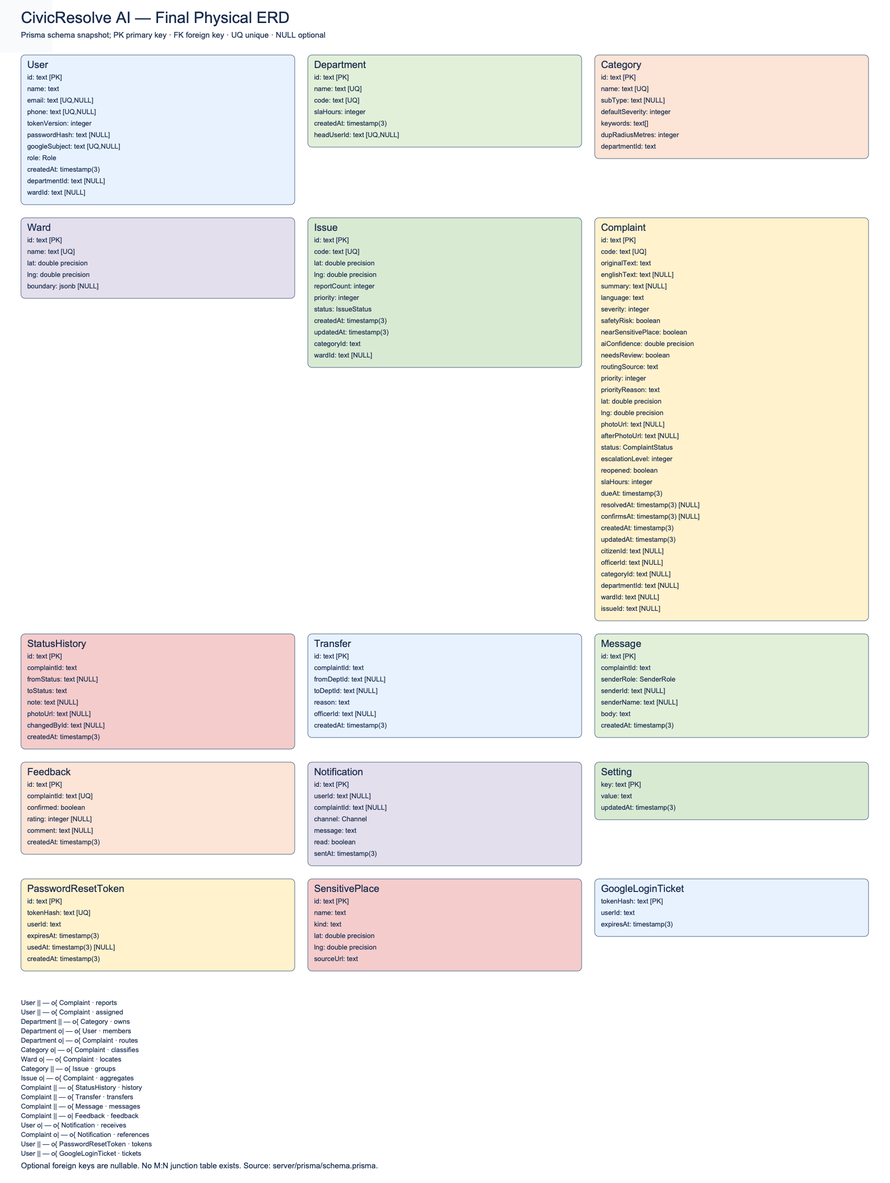
The Mermaid diagram DE/02-er-diagrams/final-physical-erd.png in joddcodes07/civicresolve-ai, before a commit. Its source is kept beside it as DE/02-er-diagrams/final-physical-erd.mmd.
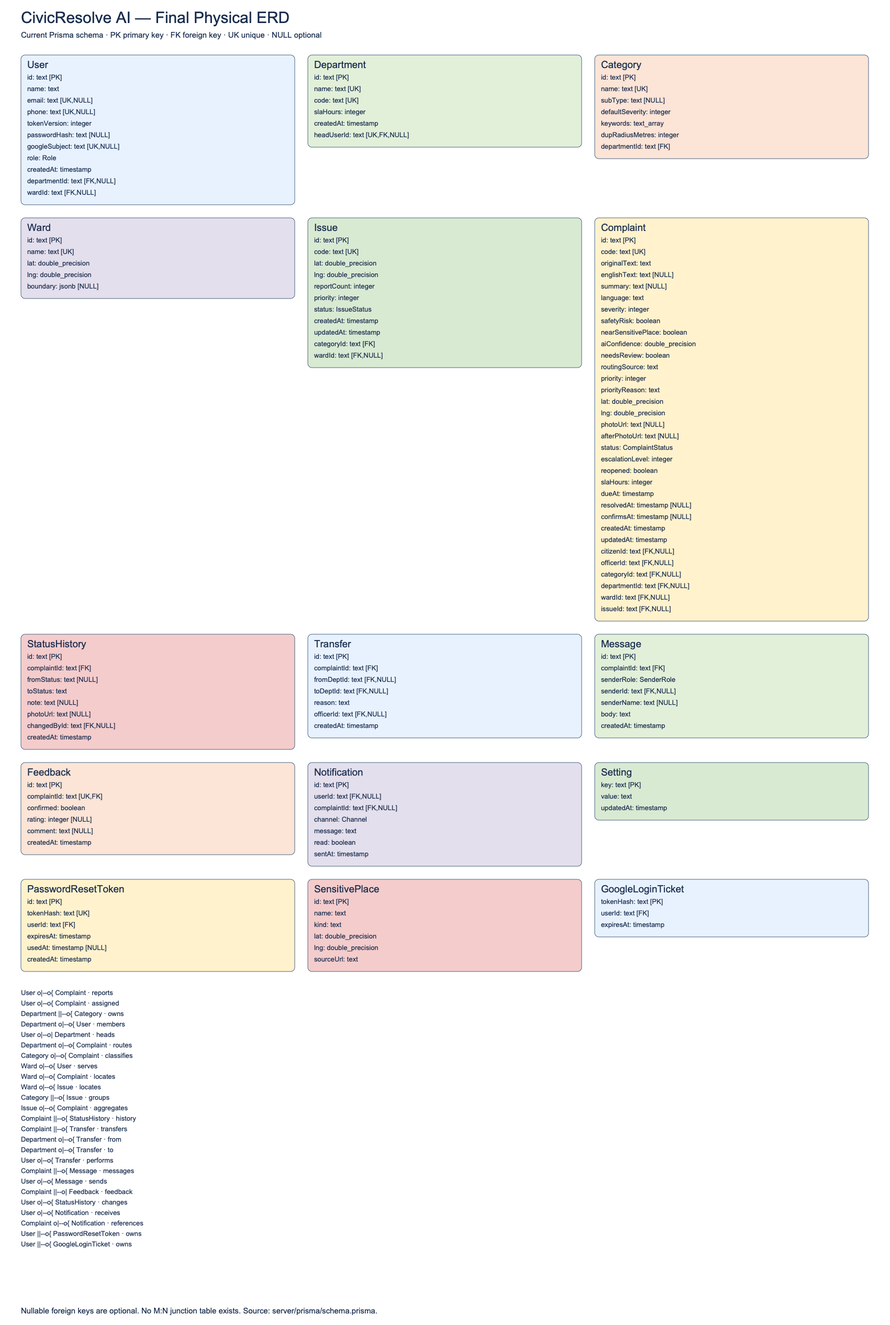
The same file after the commit.

What changed in the source:
```diff
@@ -2,56 +2,56 @@
   USER {
     text id PK
     text name
-    text email UQ NULL
-    text phone UQ NULL
+    text email UK NULL
+    text phone UK NULL
     integer tokenVersion
     text passwordHash NULL
-    text googleSubject UQ NULL
+    text googleSubject UK NULL
     Role role
-    timestamp(3) createdAt
-    text departmentId NULL
-    text wardId NULL
+    timestamp createdAt
+    text departmentId FK NULL
+    text wardId FK NULL
   }
   DEPARTMENT {
     text id PK
-    text name UQ
-    text code UQ
+    text name UK
+    text code UK
     integer slaHours
-    timestamp(3) createdAt
-    text headUserId UQ NULL
+    timestamp createdAt
+    text headUserId UK FK NULL
   }
   CATEGORY {
     text id PK
-    text name UQ
+    text name UK
     text subType NULL
     integer defaultSeverity
-    text[] keywords
+    text_array keywords
     integer dupRadiusMetres
-    text departmentId
+    text departmentId FK
   }
   WARD {
     text id PK
-    text name UQ
-    double precision lat
-    double precision lng
+    text name UK
+    double_precision lat
+    double_precision lng
     jsonb boundary NULL
   }
   ISSUE {
     text id PK
-    text code UQ
-    double precision lat
-    double precision lng
+    text code UK
+    double_precision lat
+    double_precision lng
     integer reportCount
     integer priority
     IssueStatus status
-    timestamp(3) createdAt
-    timestamp(3) updatedAt
-    text categoryId
-    text wardId NULL
+    timestamp createdAt
+    timestamp updatedAt
+    text categoryId FK
+    text wardId FK NULL
   }
   COMPLAINT {
     text id PK
-    text code UQ
+    text code UK
     text originalText
     text englishText NULL
     text summary NULL
@@ -59,116 +59,124 @@
     integer severity
     boolean safetyRisk
     boolean nearSensitivePlace
-    double precision aiConfidence
+    double_precision aiConfidence
     boolean needsReview
     text routingSource
     integer priority
     text priorityReason
-    double precision lat
-    double precision lng
+    double_precision lat
+    double_precision lng
     text photoUrl NULL
     text afterPhotoUrl NULL
     ComplaintStatus status
     integer escalationLevel
     boolean reopened
     integer slaHours
-    timestamp(3) dueAt
-    timestamp(3) resolvedAt NULL
-    timestamp(3) confirmsAt NULL
-    timestamp(3) createdAt
-    timestamp(3) updatedAt
-    text citizenId NULL
-    text officerId NULL
-    text categoryId NULL
-    text departmentId NULL
-    text wardId NULL
-    text issueId NULL
+    timestamp dueAt
+    timestamp resolvedAt NULL
+    timestamp confirmsAt NULL
+    timestamp createdAt
+    timestamp updatedAt
+    text citizenId FK NULL
+    text officerId FK NULL
+    text categoryId FK NULL
+    text departmentId FK NULL
+    text wardId FK NULL
+    text issueId FK NULL
   }
   STATUSHISTORY {
     text id PK
-    text complaintId
+    text complaintId FK
     text fromStatus NULL
     text toStatus
     text note NULL
     text photoUrl NULL
-    text changedById NULL
-    timestamp(3) createdAt
+    text changedById FK NULL
+    timestamp createdAt
   }
   TRANSFER {
     text id PK
-    text complaintId
-    text fromDeptId NULL
-    text toDeptId NULL
+    text complaintId FK
+    text fromDeptId FK NULL
+    text toDeptId FK NULL
     text reason
-    text officerId NULL
-    timestamp(3) createdAt
+    text officerId FK NULL
+    timestamp createdAt
   }
   MESSAGE {
     text id PK
-    text complaintId
+    text complaintId FK
     SenderRole senderRole
-    text senderId NULL
+    text senderId FK NULL
     text senderName NULL
     text body
-    timestamp(3) createdAt
+    timestamp createdAt
   }
   FEEDBACK {
     text id PK
-    text complaintId UQ
+    text complaintId UK FK
     boolean confirmed
     integer rating NULL
     text comment NULL
-    timestamp(3) createdAt
+    timestamp createdAt
   }
   NOTIFICATION {
     text id PK
-    text userId NULL
-    text complaintId NULL
+    text userId FK NULL
+    text complaintId FK NULL
     Channel channel
     text message
     boolean read
-    timestamp(3) sentAt
+    timestamp sentAt
   }
   SETTING {
     text key PK
     text value
-    timestamp(3) updatedAt
+    timestamp updatedAt
   }
   PASSWORDRESETTOKEN {
     text id PK
-    text tokenHash UQ
-    text userId
-    timestamp(3) expiresAt
-    timestamp(3) usedAt NULL
-    timestamp(3) createdAt
+    text tokenHash UK
+    text userId FK
+    timestamp expiresAt
+    timestamp usedAt NULL
+    timestamp createdAt
   }
   SENSITIVEPLACE {
     text id PK
     text name
     text kind
-    double precision lat
-    double precision lng
+    double_precision lat
+    double_precision lng
     text sourceUrl
   }
   GOOGLELOGINTICKET {
     text tokenHash PK
-    text userId
-    timestamp(3) expiresAt
+    text userId FK
+    timestamp expiresAt
   }
-  USER ||--o{ COMPLAINT : reports
-  USER ||--o{ COMPLAINT : assigned
+  USER o|--o{ COMPLAINT : reports
+  USER o|--o{ COMPLAINT : assigned
   DEPARTMENT ||--o{ CATEGORY : owns
   DEPARTMENT o|--o{ USER : members
+  USER o|--o| DEPARTMENT : heads
   DEPARTMENT o|--o{ COMPLAINT : routes
   CATEGORY o|--o{ COMPLAINT : classifies
+  WARD o|--o{ USER : serves
   WARD o|--o{ COMPLAINT : locates
+  WARD o|--o{ ISSUE : locates
   CATEGORY ||--o{ ISSUE : groups
   ISSUE o|--o{ COMPLAINT : aggregates
   COMPLAINT ||--o{ STATUSHISTORY : history
   COMPLAINT ||--o{ TRANSFER : transfers
+  DEPARTMENT o|--o{ TRANSFER : from
+  DEPARTMENT o|--o{ TRANSFER : to
+  USER o|--o{ TRANSFER : performs
   COMPLAINT ||--o{ MESSAGE : messages
+  USER o|--o{ MESSAGE : sends
   COMPLAINT ||--o| FEEDBACK : feedback
+  USER o|--o{ STATUSHISTORY : changes
   USER o|--o{ NOTIFICATION : receives
   COMPLAINT o|--o{ NOTIFICATION : references
-  USER ||--o{ PASSWORDRESETTOKEN : tokens
-  USER ||--o{ GOOGLELOGINTICKET : tickets
+  USER ||--o{ PASSWORDRESETTOKEN : owns
+  USER ||--o{ GOOGLELOGINTICKET : owns
```
